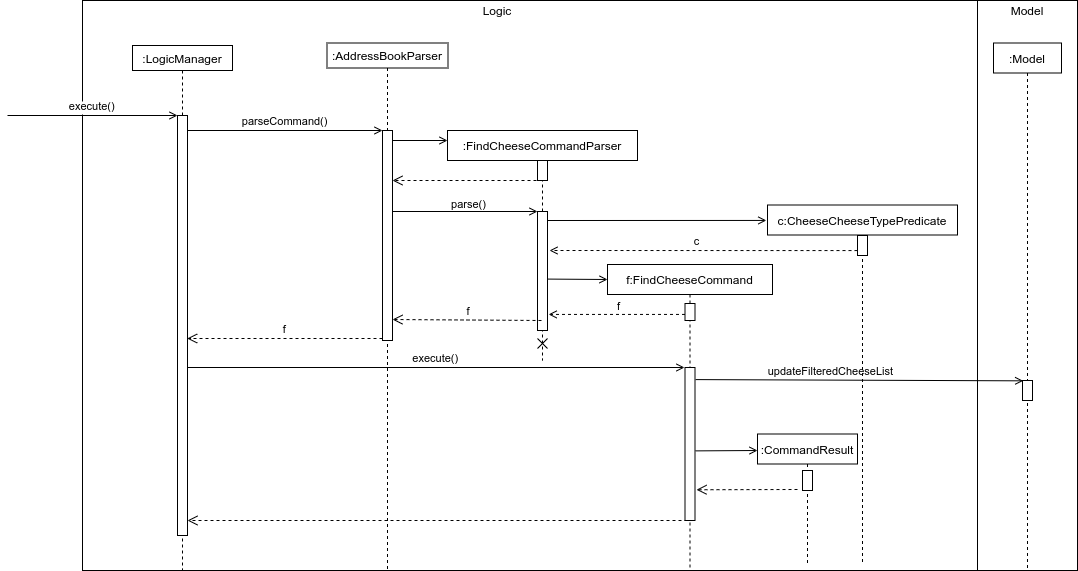
This is docs/images/find/FindCheeseCommandSequenceDiagram.png from nus-cs2103-AY2021S2/tp, a draw.io export, as it was before one commit. Source tidied: cells renumbered, new cells last; positions are measured from the earlier drawing's top-left corner, leaving out a move shared by most shapes.
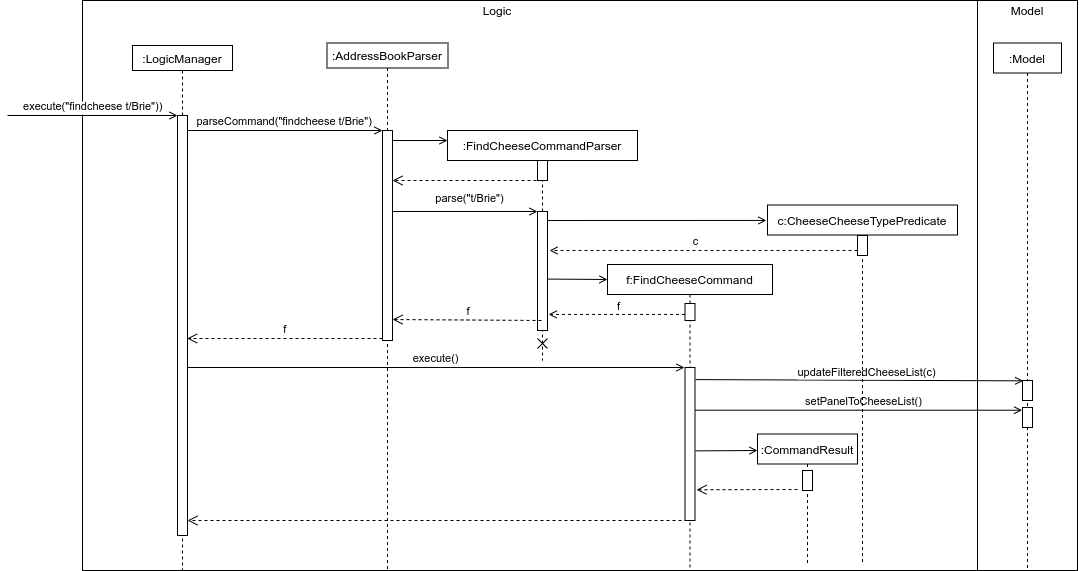
The same file after the commit.

What changed in the source:
```diff
@@ -11,7 +11,7 @@
     <mxCell id="4" style="points=[];perimeter=orthogonalPerimeter;rounded=0;shadow=0;strokeWidth=1;" parent="3" vertex="1">
       <mxGeometry x="45" y="70" width="10" height="420" as="geometry" />
     </mxCell>
-    <mxCell id="5" value="execute()" style="verticalAlign=bottom;startArrow=none;endArrow=open;startSize=8;shadow=0;strokeWidth=1;startFill=0;endFill=0;" parent="3" edge="1" target="4">
+    <mxCell id="5" value="execute(&quot;findcheese t/Brie&quot;))" style="verticalAlign=bottom;startArrow=none;endArrow=open;startSize=8;shadow=0;strokeWidth=1;startFill=0;endFill=0;" parent="3" edge="1" target="4">
       <mxGeometry relative="1" as="geometry">
         <mxPoint x="-125" y="70" as="sourcePoint" />
       </mxGeometry>
@@ -25,7 +25,7 @@
         <mxPoint x="179.7" y="338" as="targetPoint" />
       </mxGeometry>
     </mxCell>
-    <mxCell id="8" value="parseCommand()" style="verticalAlign=bottom;endArrow=open;entryX=0;entryY=0;shadow=0;strokeWidth=1;endFill=0;" parent="1" edge="1" source="4" target="12">
+    <mxCell id="8" value="parseCommand(&quot;findcheese t/Brie&quot;)" style="verticalAlign=bottom;endArrow=open;entryX=0;entryY=0;shadow=0;strokeWidth=1;endFill=0;" parent="1" edge="1" source="4" target="12">
       <mxGeometry relative="1" as="geometry" />
     </mxCell>
     <mxCell id="9" value="Logic" style="text;html=1;strokeColor=none;fillColor=none;align=center;verticalAlign=middle;whiteSpace=wrap;rounded=0;" parent="1" vertex="1">
@@ -67,9 +67,9 @@
         <mxPoint x="530" y="211" as="targetPoint" />
       </mxGeometry>
     </mxCell>
-    <mxCell id="19" value="parse()" style="edgeLabel;html=1;align=center;verticalAlign=middle;fontColor=none;" parent="18" vertex="1">
+    <mxCell id="19" value="parse(&quot;t/Brie&quot;)" style="edgeLabel;html=1;align=center;verticalAlign=middle;fontColor=none;" parent="18" vertex="1">
       <mxGeometry x="-0.21" y="4" relative="1" as="geometry">
-        <mxPoint x="17.5" y="-4" as="offset" />
+        <mxPoint x="18.5" y="-9.5" as="offset" />
       </mxGeometry>
     </mxCell>
     <mxCell id="20" style="shape=umlDestroy;whiteSpace=wrap;html=1;strokeWidth=1;fontColor=none;" parent="1" vertex="1">
@@ -84,6 +84,18 @@
         <mxPoint x="385" y="319" as="targetPoint" />
       </mxGeometry>
     </mxCell>
+    <mxCell id="42" style="edgeStyle=orthogonalEdgeStyle;rounded=0;jettySize=auto;html=1;entryX=-0.043;entryY=0.136;entryDx=0;entryDy=0;entryPerimeter=0;endArrow=open;endFill=0;" parent="1" edge="1" source="23" target="44">
+      <mxGeometry relative="1" as="geometry">
+        <Array as="points">
+          <mxPoint x="851" y="410" />
+        </Array>
+      </mxGeometry>
+    </mxCell>
+    <mxCell id="43" value="setPanelToCheeseList()" style="edgeLabel;html=1;align=center;verticalAlign=middle;" parent="42" vertex="1">
+      <mxGeometry x="0.06" relative="1" as="geometry">
+        <mxPoint x="-6.4" y="-9.7" as="offset" />
+      </mxGeometry>
+    </mxCell>
     <mxCell id="23" style="html=1;points=[];perimeter=orthogonalPerimeter;fontColor=none;" parent="1" vertex="1">
       <mxGeometry x="677.5" y="367" width="10" height="153" as="geometry" />
     </mxCell>
@@ -105,8 +117,8 @@
     <mxCell id="27" style="html=1;points=[];perimeter=orthogonalPerimeter;fontColor=none;" parent="1" vertex="1">
       <mxGeometry x="1015" y="380" width="10" height="20" as="geometry" />
     </mxCell>
-    <mxCell id="28" value="updateFilteredCheeseList" style="verticalAlign=bottom;endArrow=open;shadow=0;strokeWidth=1;endFill=0;entryX=0.067;entryY=0.017;entryDx=0;entryDy=0;entryPerimeter=0;exitX=1.058;exitY=0.079;exitDx=0;exitDy=0;exitPerimeter=0;" parent="1" edge="1" source="23" target="27">
-      <mxGeometry x="-0.18" relative="1" as="geometry" />
+    <mxCell id="28" value="updateFilteredCheeseList(c)" style="verticalAlign=bottom;endArrow=open;shadow=0;strokeWidth=1;endFill=0;entryX=0.067;entryY=0.017;entryDx=0;entryDy=0;entryPerimeter=0;exitX=1.058;exitY=0.079;exitDx=0;exitDy=0;exitPerimeter=0;" parent="1" edge="1" source="23" target="27">
+      <mxGeometry x="0.05" y="-1" relative="1" as="geometry" />
     </mxCell>
     <mxCell id="29" value=":CommandResult" style="shape=umlLifeline;perimeter=lifelinePerimeter;rounded=0;shadow=0;strokeWidth=1;size=30;" parent="1" vertex="1">
       <mxGeometry x="750" y="433.5" width="100" height="130" as="geometry" />
@@ -170,5 +182,8 @@
     <mxCell id="41" style="html=1;points=[];perimeter=orthogonalPerimeter;fontColor=none;" parent="1" vertex="1">
       <mxGeometry x="850" y="235" width="10" height="20" as="geometry" />
     </mxCell>
+    <mxCell id="44" style="html=1;points=[];perimeter=orthogonalPerimeter;fontColor=none;" parent="1" vertex="1">
+      <mxGeometry x="1015" y="407" width="10" height="20" as="geometry" />
+    </mxCell>
   </root>
 </mxGraphModel>
```
